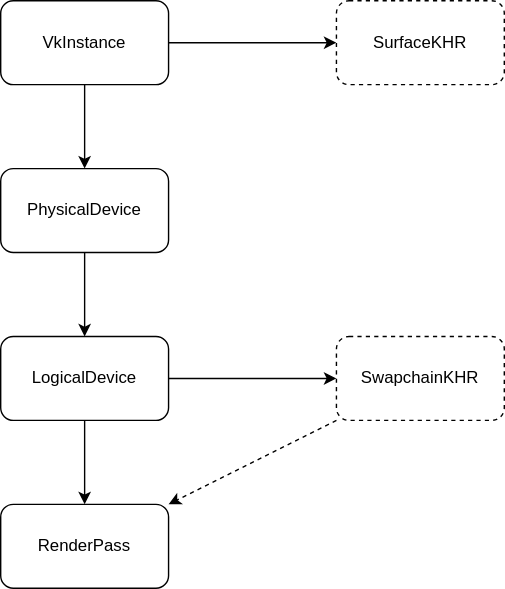
Earlier version of the draw.io export vk_objects.drawio.svg (Redstonecrafter0/Quasar). Source tidied: cells renumbered, new cells last; positions are measured from the earlier drawing's top-left corner, leaving out a move shared by most shapes.
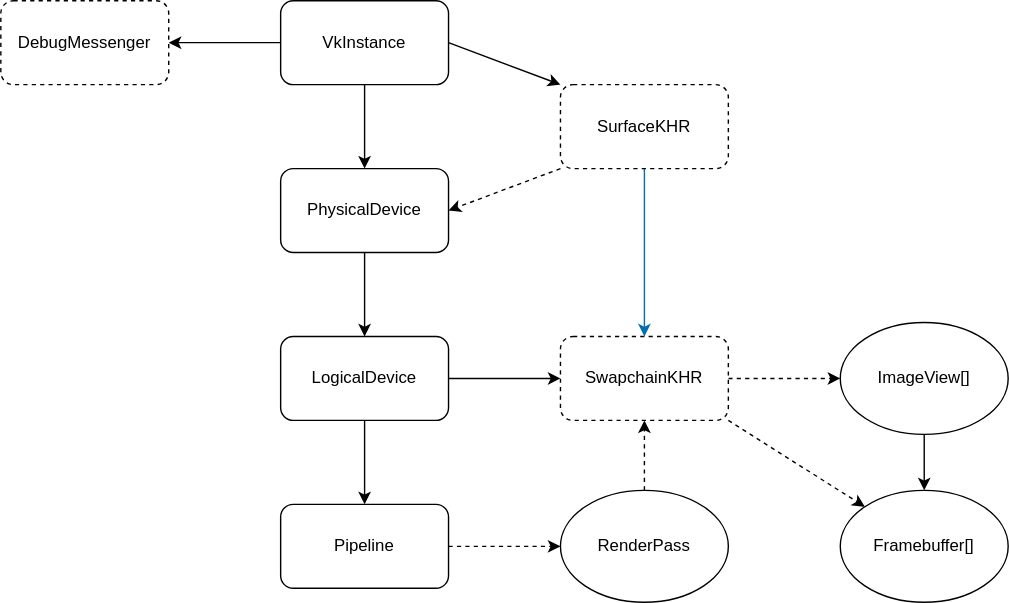
Later version of the same file.

What changed in the source:
```diff
@@ -2,17 +2,26 @@
   <root>
     <mxCell id="0" />
     <mxCell id="1" parent="0" />
-    <mxCell id="2" style="edgeStyle=orthogonalEdgeStyle;rounded=0;jettySize=auto;html=1;exitX=1;exitY=0.5;exitDx=0;exitDy=0;entryX=0;entryY=0.5;entryDx=0;entryDy=0;" parent="1" edge="1" source="4" target="5">
+    <mxCell id="2" style="rounded=0;jettySize=auto;html=1;entryX=0;entryY=0;entryDx=0;entryDy=0;exitX=1;exitY=0.5;exitDx=0;exitDy=0;" parent="1" edge="1" source="4" target="5">
       <mxGeometry relative="1" as="geometry" />
     </mxCell>
     <mxCell id="3" style="edgeStyle=orthogonalEdgeStyle;rounded=0;jettySize=auto;html=1;exitX=0.5;exitY=1;exitDx=0;exitDy=0;entryX=0.5;entryY=0;entryDx=0;entryDy=0;" parent="1" edge="1" source="4" target="7">
       <mxGeometry relative="1" as="geometry" />
     </mxCell>
+    <mxCell id="14" style="edgeStyle=orthogonalEdgeStyle;rounded=0;jettySize=auto;html=1;exitX=0;exitY=0.5;exitDx=0;exitDy=0;entryX=1;entryY=0.5;entryDx=0;entryDy=0;" parent="1" edge="1" source="4" target="20">
+      <mxGeometry relative="1" as="geometry" />
+    </mxCell>
     <mxCell id="4" value="VkInstance" style="rounded=1;whiteSpace=wrap;html=1;" parent="1" vertex="1">
       <mxGeometry width="120" height="60" as="geometry" />
     </mxCell>
+    <mxCell id="15" style="edgeStyle=orthogonalEdgeStyle;curved=1;rounded=0;jettySize=auto;html=1;exitX=0.5;exitY=1;exitDx=0;exitDy=0;entryX=0.5;entryY=0;entryDx=0;entryDy=0;fillColor=#1ba1e2;strokeColor=#006EAF;" parent="1" edge="1" source="5" target="12">
+      <mxGeometry relative="1" as="geometry" />
+    </mxCell>
+    <mxCell id="16" style="edgeStyle=none;rounded=0;jettySize=auto;html=1;exitX=0;exitY=1;exitDx=0;exitDy=0;entryX=1;entryY=0.5;entryDx=0;entryDy=0;dashed=1;" parent="1" edge="1" source="5" target="7">
+      <mxGeometry relative="1" as="geometry" />
+    </mxCell>
     <mxCell id="5" value="SurfaceKHR" style="rounded=1;whiteSpace=wrap;html=1;dashed=1;" parent="1" vertex="1">
-      <mxGeometry x="240" width="120" height="60" as="geometry" />
+      <mxGeometry x="200" y="60" width="120" height="60" as="geometry" />
     </mxCell>
     <mxCell id="6" style="edgeStyle=orthogonalEdgeStyle;rounded=0;jettySize=auto;html=1;exitX=0.5;exitY=1;exitDx=0;exitDy=0;entryX=0.5;entryY=0;entryDx=0;entryDy=0;" parent="1" edge="1" source="7" target="10">
       <mxGeometry relative="1" as="geometry" />
@@ -29,14 +38,38 @@
     <mxCell id="10" value="LogicalDevice" style="rounded=1;whiteSpace=wrap;html=1;" parent="1" vertex="1">
       <mxGeometry y="240" width="120" height="60" as="geometry" />
     </mxCell>
-    <mxCell id="11" style="rounded=0;jettySize=auto;html=1;exitX=0;exitY=1;exitDx=0;exitDy=0;entryX=1;entryY=0;entryDx=0;entryDy=0;dashed=1;" parent="1" edge="1" source="12" target="13">
-      <mxGeometry relative="1" as="geometry" />
-    </mxCell>
+    <mxCell id="17" style="edgeStyle=none;rounded=0;jettySize=auto;html=1;exitX=1;exitY=0.5;exitDx=0;exitDy=0;entryX=0;entryY=0.5;entryDx=0;entryDy=0;dashed=1;" parent="1" edge="1" source="12" target="22">
+      <mxGeometry relative="1" as="geometry" />
+    </mxCell>
+    <mxCell id="18" style="edgeStyle=none;rounded=0;jettySize=auto;html=1;exitX=1;exitY=1;exitDx=0;exitDy=0;entryX=0;entryY=0;entryDx=0;entryDy=0;dashed=1;" parent="1" edge="1" source="12" target="23">
+      <mxGeometry relative="1" as="geometry" />
+    </mxCell>
     <mxCell id="12" value="SwapchainKHR" style="rounded=1;whiteSpace=wrap;html=1;dashed=1;" parent="1" vertex="1">
-      <mxGeometry x="240" y="240" width="120" height="60" as="geometry" />
+      <mxGeometry x="200" y="240" width="120" height="60" as="geometry" />
     </mxCell>
+    <mxCell id="19" style="edgeStyle=none;rounded=0;jettySize=auto;html=1;exitX=1;exitY=0.5;exitDx=0;exitDy=0;entryX=0;entryY=0.5;entryDx=0;entryDy=0;dashed=1;" parent="1" edge="1" source="13" target="25">
+      <mxGeometry relative="1" as="geometry" />
+    </mxCell>
-    <mxCell id="13" value="RenderPass" style="rounded=1;whiteSpace=wrap;html=1;" parent="1" vertex="1">
+    <mxCell id="13" value="Pipeline" style="rounded=1;whiteSpace=wrap;html=1;" parent="1" vertex="1">
       <mxGeometry y="360" width="120" height="60" as="geometry" />
     </mxCell>
+    <mxCell id="20" value="DebugMessenger" style="rounded=1;whiteSpace=wrap;html=1;dashed=1;" parent="1" vertex="1">
+      <mxGeometry x="-200" width="120" height="60" as="geometry" />
+    </mxCell>
+    <mxCell id="21" style="edgeStyle=none;rounded=0;jettySize=auto;html=1;exitX=0.5;exitY=1;exitDx=0;exitDy=0;entryX=0.5;entryY=0;entryDx=0;entryDy=0;" parent="1" edge="1" source="22" target="23">
+      <mxGeometry relative="1" as="geometry" />
+    </mxCell>
+    <mxCell id="22" value="ImageView[]" style="ellipse;whiteSpace=wrap;html=1;" parent="1" vertex="1">
+      <mxGeometry x="400" y="230" width="120" height="80" as="geometry" />
+    </mxCell>
+    <mxCell id="23" value="Framebuffer[]" style="ellipse;whiteSpace=wrap;html=1;" parent="1" vertex="1">
+      <mxGeometry x="400" y="350" width="120" height="80" as="geometry" />
+    </mxCell>
+    <mxCell id="24" style="edgeStyle=none;rounded=0;jettySize=auto;html=1;exitX=0.5;exitY=0;exitDx=0;exitDy=0;entryX=0.5;entryY=1;entryDx=0;entryDy=0;dashed=1;" parent="1" edge="1" source="25" target="12">
+      <mxGeometry relative="1" as="geometry" />
+    </mxCell>
+    <mxCell id="25" value="RenderPass" style="ellipse;whiteSpace=wrap;html=1;" parent="1" vertex="1">
+      <mxGeometry x="200" y="350" width="120" height="80" as="geometry" />
+    </mxCell>
   </root>
 </mxGraphModel>
```
